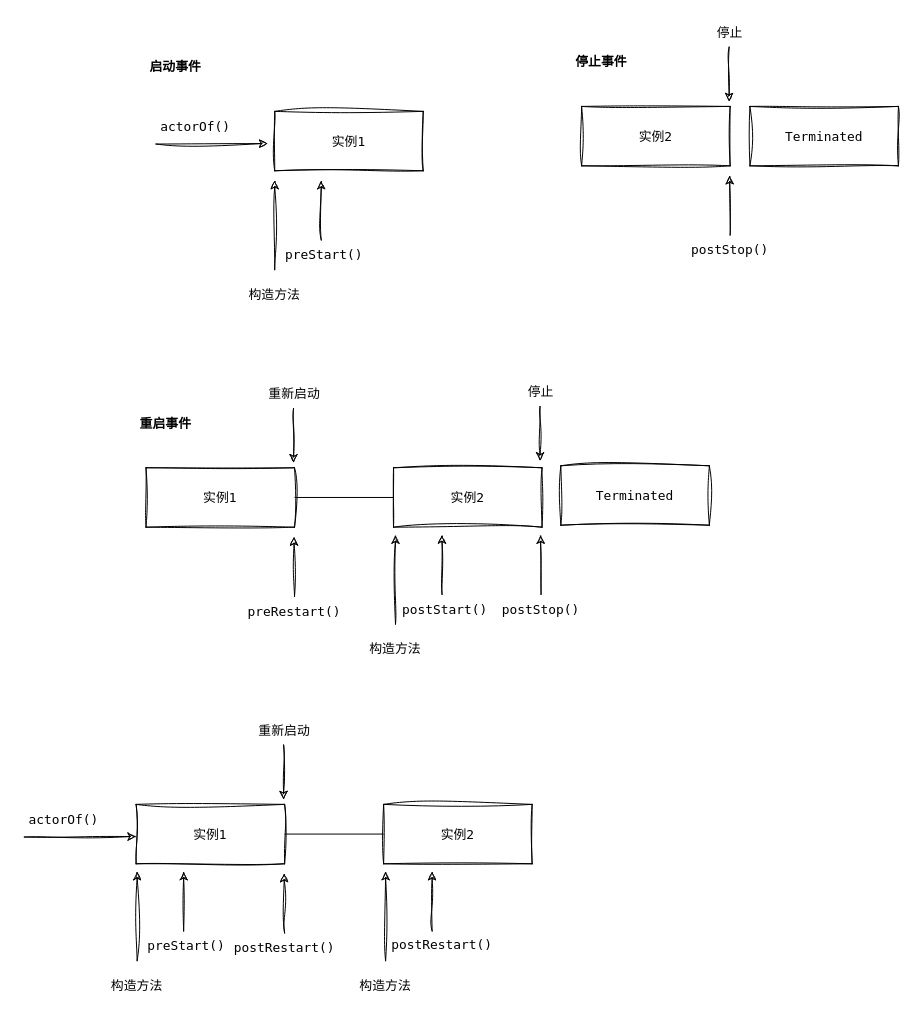
This is page "Actor生命周期" (4 of 4) of Drawio/akka in action.drawio from xinzhuxiansheng/blog-notes, a draw.io file, before an edit. Source tidied: cells renumbered, new cells numbered last; positions are measured from the earlier drawing's top-left corner, leaving out a move shared by most shapes. Both pictures are drawn from the tidied source at 99%, with x=0, y=0 at pixel (24, 17).
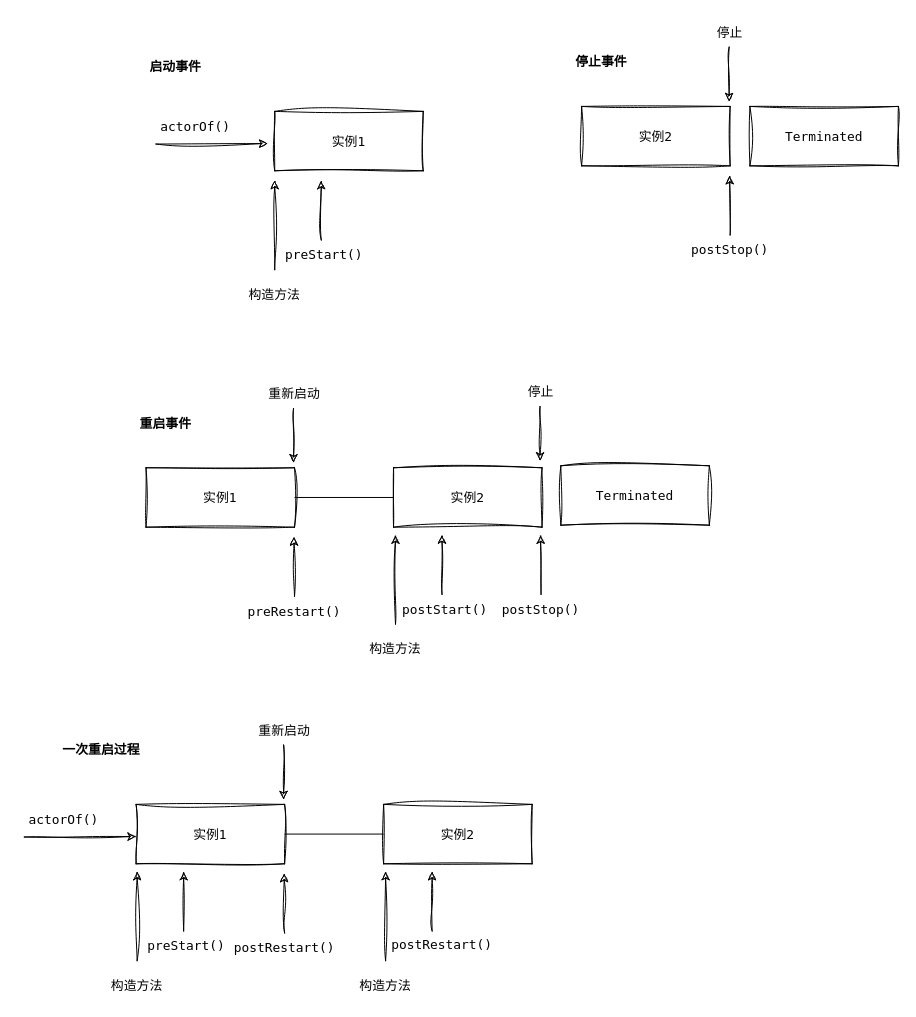
Above is the later version.

Diff of the diagram source:
```diff
@@
+    <mxCell id="51" value="一次重启过程" style="text;html=1;strokeColor=none;fillColor=none;align=center;verticalAlign=middle;whiteSpace=wrap;rounded=0;fontStyle=1;fontFamily=Lucida Console;fontSize=13;" parent="1" vertex="1">
+      <mxGeometry x="33" y="725" width="90" height="30" as="geometry" />
+    </mxCell>
```
